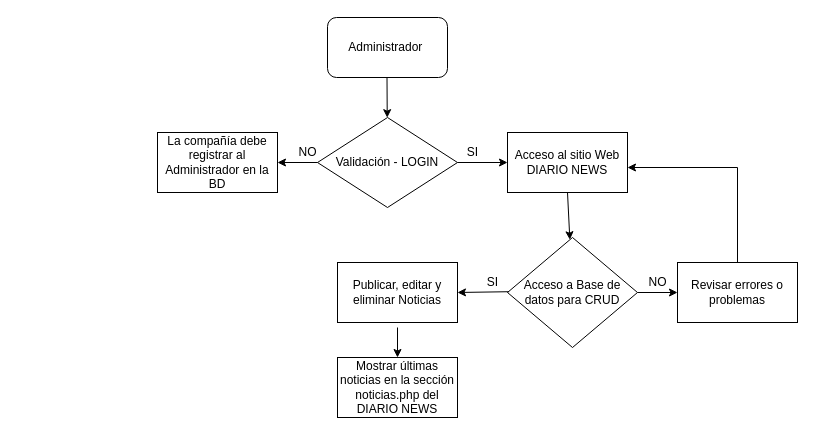
Earlier version of the draw.io diagram Diagrama de flujo DIARIO NEWS.drawio (gabyugarte/Diario_news). Source tidied: cells renumbered, new cells numbered last; positions are measured from the earlier drawing's top-left corner, leaving out a move shared by most shapes. Both pictures are drawn from the tidied source at 100%, with x=0, y=0 at pixel (157, 17).
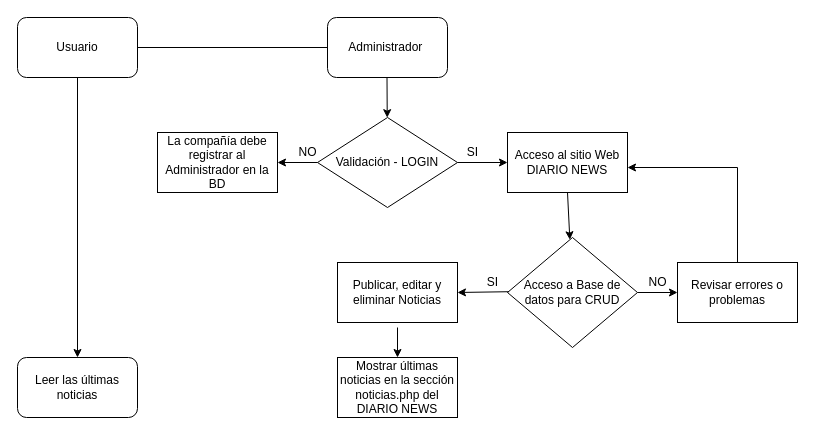
After the change.

The change refers to these unchanged cells:
```xml
<mxCell id="2" value="Administrador&amp;nbsp;" style="rounded=1;whiteSpace=wrap;html=1;" parent="1" vertex="1">
  <mxGeometry x="170" width="120" height="60" as="geometry" />
</mxCell>
```

What changed in the source:
```diff
@@
+    <mxCell id="23" value="Usuario" style="rounded=1;whiteSpace=wrap;html=1;" parent="1" vertex="1">
+      <mxGeometry x="-140" width="120" height="60" as="geometry" />
+    </mxCell>
+    <mxCell id="24" style="endArrow=none;html=1;rounded=0;entryX=0;entryY=0.5;entryDx=0;entryDy=0;exitX=1;exitY=0.5;exitDx=0;exitDy=0;" parent="1" edge="1" source="23" target="2">
+      <mxGeometry relative="1" as="geometry" />
+    </mxCell>
+    <mxCell id="25" style="endArrow=classic;html=1;rounded=0;exitX=0.5;exitY=1;exitDx=0;exitDy=0;" parent="1" edge="1" source="23">
+      <mxGeometry relative="1" as="geometry">
+        <mxPoint x="-80" y="340" as="targetPoint" />
+      </mxGeometry>
+    </mxCell>
+    <mxCell id="26" value="Leer las últimas noticias" style="rounded=1;whiteSpace=wrap;html=1;" parent="1" vertex="1">
+      <mxGeometry x="-140" y="340" width="120" height="60" as="geometry" />
+    </mxCell>
```
